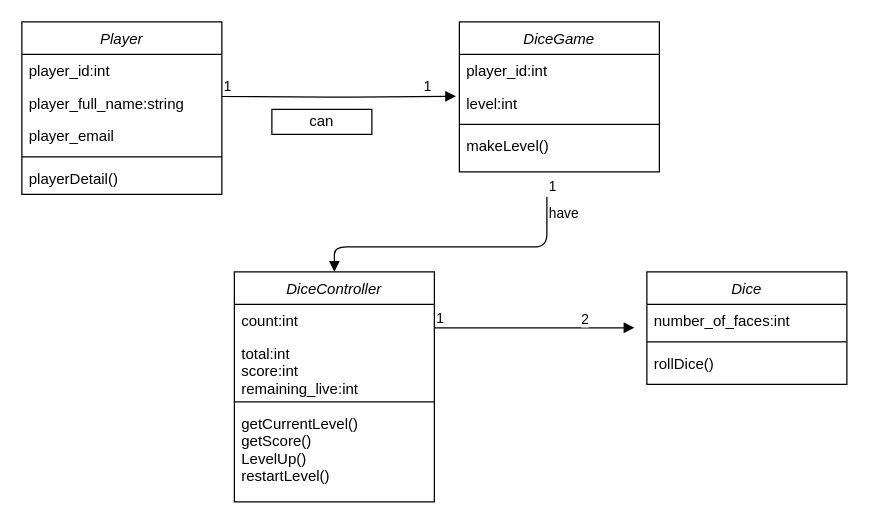
This is Untitled Diagram.drawio from shubhusandesh/newJason, a draw.io file, before an edit. Source tidied: cells renumbered, new cells numbered last; positions are measured from the earlier drawing's top-left corner, leaving out a move shared by most shapes. Both pictures are drawn from the tidied source at 125%, with x=0, y=0 at pixel (21, 21).
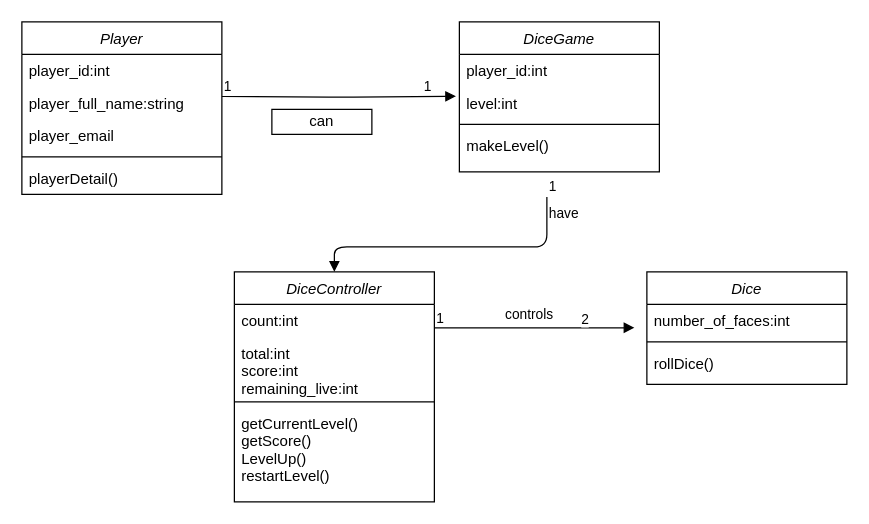
The same page after the edit.

What changed in the source:
```diff
@@
+    <mxCell id="31" value="&lt;span style=&quot;color: rgb(0 , 0 , 0) ; font-family: &amp;#34;helvetica&amp;#34; ; font-size: 11px ; font-style: normal ; font-weight: 400 ; letter-spacing: normal ; text-align: left ; text-indent: 0px ; text-transform: none ; word-spacing: 0px ; background-color: rgb(255 , 255 , 255) ; display: inline ; float: none&quot;&gt;controls&lt;/span&gt;" style="text;whiteSpace=wrap;html=1;" parent="1" vertex="1">
+      <mxGeometry x="385" y="220" width="30" height="30" as="geometry" />
+    </mxCell>
```
